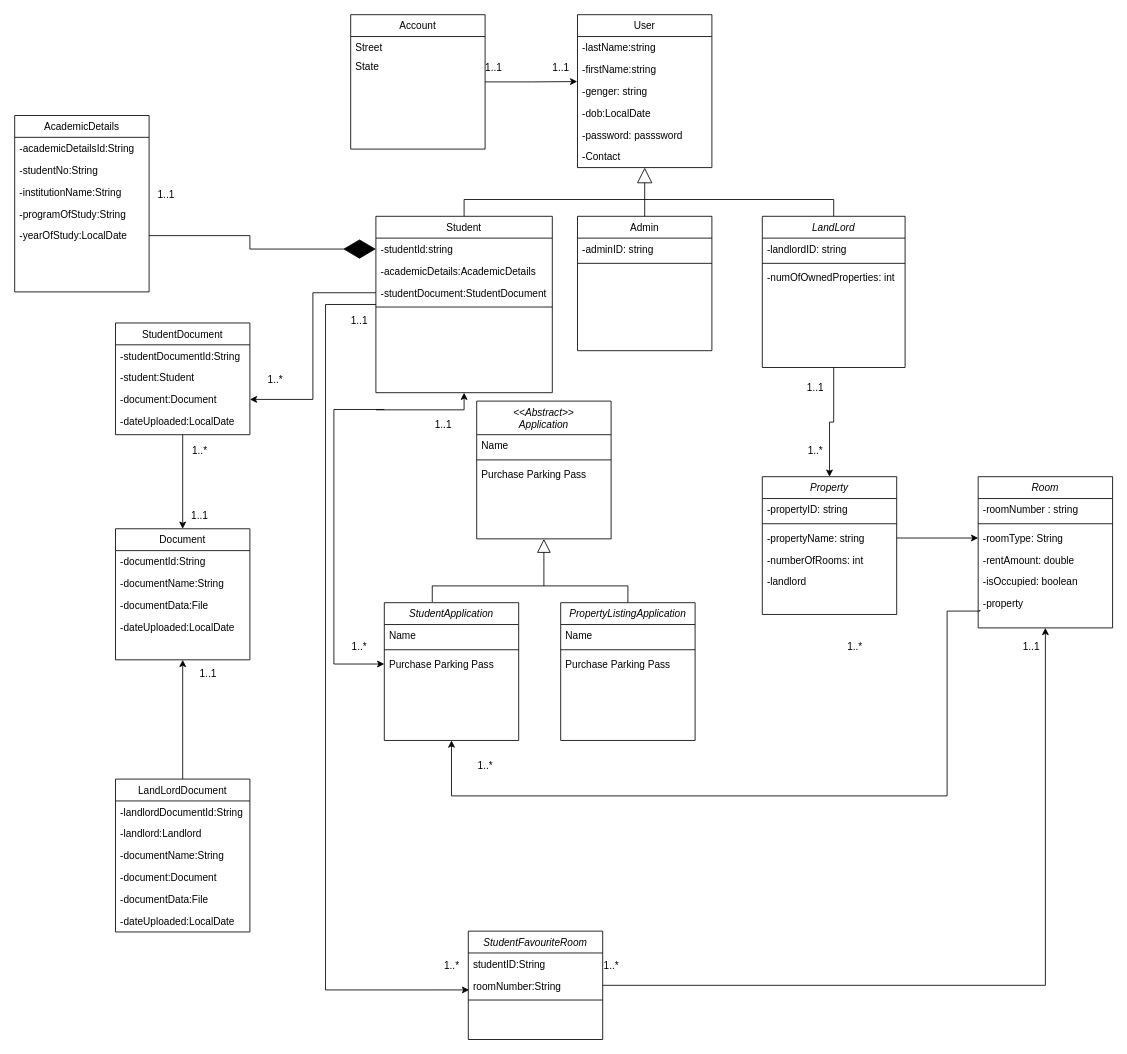
SETHU60/cput_accomodation_application keeps this draw.io diagram as UMLDiagram.drawio. Above is the earlier version. Source tidied: cells renumbered, new cells numbered last; positions are measured from the earlier drawing's top-left corner, leaving out a move shared by most shapes. Both pictures are drawn from the tidied source at 84%, with x=0, y=0 at pixel (14, 14).
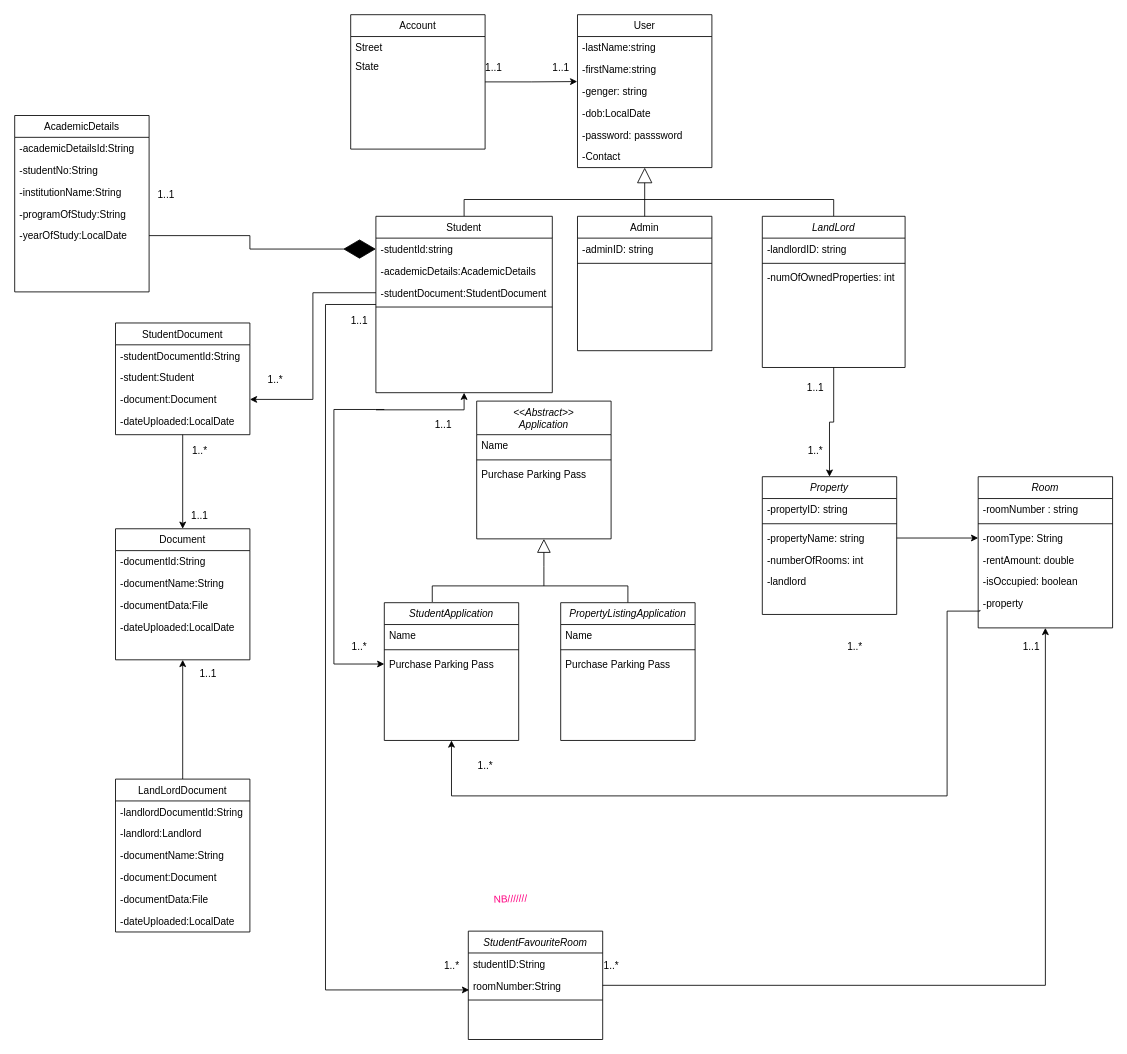
The same page after the edit.

Diff of the diagram source:
```diff
@@
+    <mxCell id="109" value="&lt;font color=&quot;#ff0080&quot;&gt;NB///////&lt;/font&gt;" style="text;html=1;align=center;verticalAlign=middle;strokeColor=none;fillColor=none;rotation=-2;" parent="1" vertex="1">
+      <mxGeometry x="560" y="1038" width="60" height="30" as="geometry" />
+    </mxCell>
```
